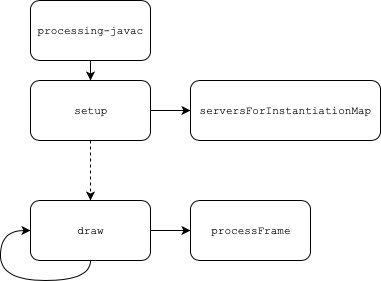
marcusrossel/live-lightshow keeps this draw.io diagram as Documentation/Assets/Runtime.png. Above is the earlier version. Source tidied: cells renumbered, new cells last; positions are measured from the earlier drawing's top-left corner, leaving out a move shared by most shapes. Source of this version:
```xml
<mxGraphModel background="#ffffff">
  <root>
    <mxCell id="0" />
    <mxCell id="1" parent="0" />
    <mxCell id="2" value="processing-javac" style="rounded=1;whiteSpace=wrap;html=1;fontFamily=Courier New;fontSize=11;" parent="1" vertex="1">
      <mxGeometry x="30" width="120" height="60" as="geometry" />
    </mxCell>
    <mxCell id="3" style="edgeStyle=orthogonalEdgeStyle;rounded=0;jettySize=auto;html=1;" parent="1" edge="1" source="5" target="9">
      <mxGeometry relative="1" as="geometry" />
    </mxCell>
    <mxCell id="4" style="edgeStyle=orthogonalEdgeStyle;curved=1;rounded=0;jettySize=auto;html=1;fontFamily=Courier New;fontSize=11;dashed=1;" parent="1" edge="1" source="5" target="7">
      <mxGeometry relative="1" as="geometry" />
    </mxCell>
    <mxCell id="5" value="setup" style="rounded=1;whiteSpace=wrap;html=1;fontFamily=Courier New;fontSize=11;" parent="1" vertex="1">
      <mxGeometry x="30" y="80" width="120" height="60" as="geometry" />
    </mxCell>
    <mxCell id="6" style="edgeStyle=orthogonalEdgeStyle;curved=1;rounded=0;jettySize=auto;html=1;fontFamily=Courier New;fontSize=11;" parent="1" edge="1" source="7" target="8">
      <mxGeometry relative="1" as="geometry" />
    </mxCell>
    <mxCell id="7" value="draw" style="rounded=1;whiteSpace=wrap;html=1;fontFamily=Courier New;fontSize=11;" parent="1" vertex="1">
      <mxGeometry x="30" y="200" width="120" height="60" as="geometry" />
    </mxCell>
    <mxCell id="8" value="processFrame" style="rounded=1;whiteSpace=wrap;html=1;fontFamily=Courier New;fontSize=11;" parent="1" vertex="1">
      <mxGeometry x="190" y="200" width="120" height="60" as="geometry" />
    </mxCell>
    <mxCell id="9" value="serversForInstantiationMap" style="rounded=1;whiteSpace=wrap;html=1;fontFamily=Courier New;fontSize=11;" parent="1" vertex="1">
      <mxGeometry x="190" y="80" width="190" height="60" as="geometry" />
    </mxCell>
    <mxCell id="10" style="edgeStyle=orthogonalEdgeStyle;rounded=0;jettySize=auto;html=1;exitX=0.5;exitY=1;exitDx=0;exitDy=0;entryX=0.5;entryY=0;entryDx=0;entryDy=0;" parent="1" edge="1" source="2" target="5">
      <mxGeometry relative="1" as="geometry" />
    </mxCell>
    <mxCell id="11" style="edgeStyle=orthogonalEdgeStyle;curved=1;rounded=0;orthogonalLoop=1;jettySize=auto;html=1;fontFamily=Courier New;fontSize=11;entryX=0;entryY=0.5;entryDx=0;entryDy=0;exitX=0.5;exitY=1;exitDx=0;exitDy=0;" parent="1" edge="1" source="7" target="7">
      <mxGeometry relative="1" as="geometry">
        <Array as="points">
          <mxPoint x="90" y="280" />
          <mxPoint y="280" />
          <mxPoint y="230" />
        </Array>
      </mxGeometry>
    </mxCell>
  </root>
</mxGraphModel>
```
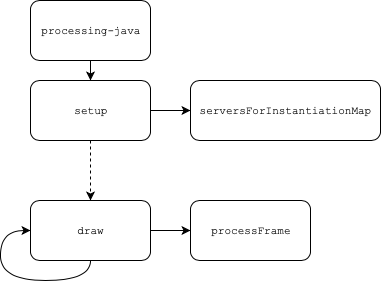
After the commit.

Diff of the diagram source:
```diff
@@ -2,7 +2,7 @@
   <root>
     <mxCell id="0" />
     <mxCell id="1" parent="0" />
-    <mxCell id="2" value="processing-javac" style="rounded=1;whiteSpace=wrap;html=1;fontFamily=Courier New;fontSize=11;" parent="1" vertex="1">
+    <mxCell id="2" value="processing-java&lt;br&gt;" style="rounded=1;whiteSpace=wrap;html=1;fontFamily=Courier New;fontSize=11;" parent="1" vertex="1">
       <mxGeometry x="30" width="120" height="60" as="geometry" />
     </mxCell>
     <mxCell id="3" style="edgeStyle=orthogonalEdgeStyle;rounded=0;jettySize=auto;html=1;" parent="1" edge="1" source="5" target="9">
```
